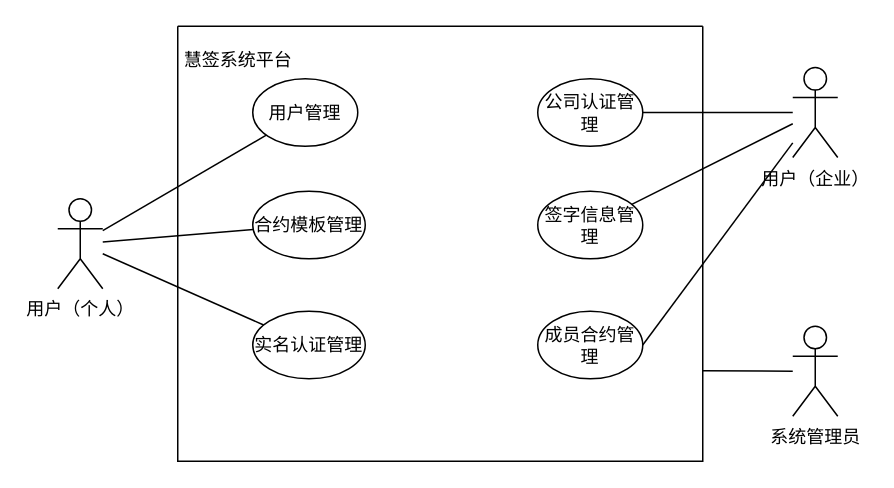
youzhi-qiang/Huan-ke keeps this draw.io diagram as user.drawio. Above is the earlier version. Source tidied: cells renumbered, new cells numbered last; positions are measured from the earlier drawing's top-left corner, leaving out a move shared by most shapes. Both pictures are drawn from the tidied source at 150%, with x=0, y=0 at pixel (57, 26).
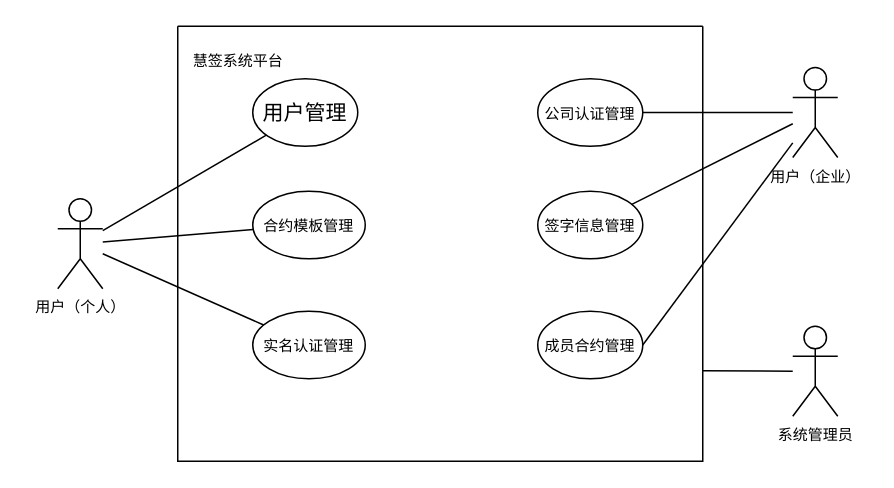
The same diagram, later.

The edit, as a diff of the source:
```diff
@@
 <mxGraphModel>
   <root>
     <mxCell id="0" />
     <mxCell id="1" parent="0" />
-    <mxCell id="2" value="用户（个人）" style="shape=umlActor;verticalLabelPosition=bottom;verticalAlign=top;html=1;outlineConnect=0;" parent="1" vertex="1">
+    <mxCell id="2" value="用户（个人）" style="shape=umlActor;verticalLabelPosition=bottom;verticalAlign=top;html=1;outlineConnect=0;fontSize=10;" parent="1" vertex="1">
       <mxGeometry y="115" width="30" height="60" as="geometry" />
     </mxCell>
-    <mxCell id="3" style="swimlane;startSize=0;" parent="1" vertex="1">
+    <mxCell id="3" style="swimlane;startSize=0;fontSize=10;" parent="1" vertex="1">
       <mxGeometry x="80" width="350" height="290" as="geometry" />
     </mxCell>
-    <mxCell id="4" value="合约模板管理" style="ellipse;whiteSpace=wrap;html=1;" parent="3" vertex="1">
+    <mxCell id="4" value="合约模板管理" style="ellipse;whiteSpace=wrap;html=1;fontSize=10;" parent="3" vertex="1">
       <mxGeometry x="50" y="110" width="75" height="45" as="geometry" />
     </mxCell>
-    <mxCell id="5" value="实名认证管理" style="ellipse;whiteSpace=wrap;html=1;" parent="3" vertex="1">
+    <mxCell id="5" value="实名认证管理" style="ellipse;whiteSpace=wrap;html=1;fontSize=10;" parent="3" vertex="1">
       <mxGeometry x="50" y="190" width="75" height="45" as="geometry" />
     </mxCell>
-    <mxCell id="6" value="签字信息管理" style="ellipse;whiteSpace=wrap;html=1;" parent="3" vertex="1">
+    <mxCell id="6" value="签字信息管理" style="ellipse;whiteSpace=wrap;html=1;fontSize=10;" parent="3" vertex="1">
       <mxGeometry x="240" y="110" width="70" height="45" as="geometry" />
     </mxCell>
-    <mxCell id="7" value="成员合约管理" style="ellipse;whiteSpace=wrap;html=1;" parent="3" vertex="1">
+    <mxCell id="7" value="成员合约管理" style="ellipse;whiteSpace=wrap;html=1;fontSize=10;" parent="3" vertex="1">
       <mxGeometry x="240" y="190" width="70" height="45" as="geometry" />
     </mxCell>
-    <mxCell id="8" value="公司认证管理" style="ellipse;whiteSpace=wrap;html=1;" parent="3" vertex="1">
+    <mxCell id="8" value="公司认证管理" style="ellipse;whiteSpace=wrap;html=1;fontSize=10;" parent="3" vertex="1">
       <mxGeometry x="240" y="35" width="70" height="45" as="geometry" />
     </mxCell>
-    <mxCell id="9" value="用户（企业）" style="shape=umlActor;verticalLabelPosition=bottom;verticalAlign=top;html=1;outlineConnect=0;" parent="1" vertex="1">
+    <mxCell id="9" value="用户（企业）" style="shape=umlActor;verticalLabelPosition=bottom;verticalAlign=top;html=1;outlineConnect=0;fontSize=10;" parent="1" vertex="1">
       <mxGeometry x="490" y="27.5" width="30" height="60" as="geometry" />
     </mxCell>
-    <mxCell id="10" value="慧签系统平台" style="text;html=1;align=center;verticalAlign=middle;strokeColor=none;fillColor=none;" parent="1" vertex="1">
+    <mxCell id="10" value="慧签系统平台" style="text;html=1;align=center;verticalAlign=middle;strokeColor=none;fillColor=none;fontSize=10;" parent="1" vertex="1">
       <mxGeometry x="70" y="8" width="100" height="30" as="geometry" />
     </mxCell>
-    <mxCell id="11" value="用户管理" style="ellipse;whiteSpace=wrap;html=1;" parent="1" vertex="1">
+    <mxCell id="11" value="&lt;font style=&quot;font-size: 14px;&quot;&gt;用户管理&lt;/font&gt;" style="ellipse;whiteSpace=wrap;html=1;fontSize=10;" parent="1" vertex="1">
       <mxGeometry x="130" y="35" width="70" height="45" as="geometry" />
     </mxCell>
-    <mxCell id="12" style="endArrow=none;html=1;rounded=0;" parent="1" edge="1" source="2" target="11">
+    <mxCell id="12" style="endArrow=none;html=1;rounded=0;fontSize=10;" parent="1" edge="1" source="2" target="11">
       <mxGeometry relative="1" as="geometry" />
     </mxCell>
-    <mxCell id="13" style="endArrow=none;html=1;rounded=0;" parent="1" edge="1" source="6" target="9">
+    <mxCell id="13" style="endArrow=none;html=1;rounded=0;fontSize=10;" parent="1" edge="1" source="6" target="9">
       <mxGeometry relative="1" as="geometry" />
     </mxCell>
-    <mxCell id="14" style="endArrow=none;html=1;rounded=0;" parent="1" edge="1" source="2" target="5">
+    <mxCell id="14" style="endArrow=none;html=1;rounded=0;fontSize=10;" parent="1" edge="1" source="2" target="5">
       <mxGeometry relative="1" as="geometry" />
     </mxCell>
-    <mxCell id="15" style="endArrow=none;html=1;rounded=0;" parent="1" edge="1" source="8" target="9">
+    <mxCell id="15" style="endArrow=none;html=1;rounded=0;fontSize=10;" parent="1" edge="1" source="8" target="9">
       <mxGeometry relative="1" as="geometry" />
     </mxCell>
-    <mxCell id="16" style="endArrow=none;html=1;rounded=0;exitX=1;exitY=0.5;exitDx=0;exitDy=0;" parent="1" edge="1" source="7" target="9">
+    <mxCell id="16" style="endArrow=none;html=1;rounded=0;exitX=1;exitY=0.5;exitDx=0;exitDy=0;fontSize=10;" parent="1" edge="1" source="7" target="9">
       <mxGeometry relative="1" as="geometry" />
     </mxCell>
-    <mxCell id="17" style="endArrow=none;html=1;rounded=0;" parent="1" edge="1" source="2" target="4">
+    <mxCell id="17" style="endArrow=none;html=1;rounded=0;fontSize=10;" parent="1" edge="1" source="2" target="4">
       <mxGeometry relative="1" as="geometry" />
     </mxCell>
-    <mxCell id="18" value="系统管理员" style="shape=umlActor;verticalLabelPosition=bottom;verticalAlign=top;html=1;outlineConnect=0;" parent="1" vertex="1">
+    <mxCell id="18" value="系统管理员" style="shape=umlActor;verticalLabelPosition=bottom;verticalAlign=top;html=1;outlineConnect=0;fontSize=10;" parent="1" vertex="1">
       <mxGeometry x="490" y="200" width="30" height="60" as="geometry" />
     </mxCell>
-    <mxCell id="19" style="endArrow=none;html=1;rounded=0;exitX=0.999;exitY=0.792;exitDx=0;exitDy=0;exitPerimeter=0;" parent="1" edge="1" source="3" target="18">
+    <mxCell id="19" style="endArrow=none;html=1;rounded=0;exitX=0.999;exitY=0.792;exitDx=0;exitDy=0;exitPerimeter=0;fontSize=10;" parent="1" edge="1" source="3" target="18">
       <mxGeometry relative="1" as="geometry" />
     </mxCell>
   </root>
 </mxGraphModel>
```
